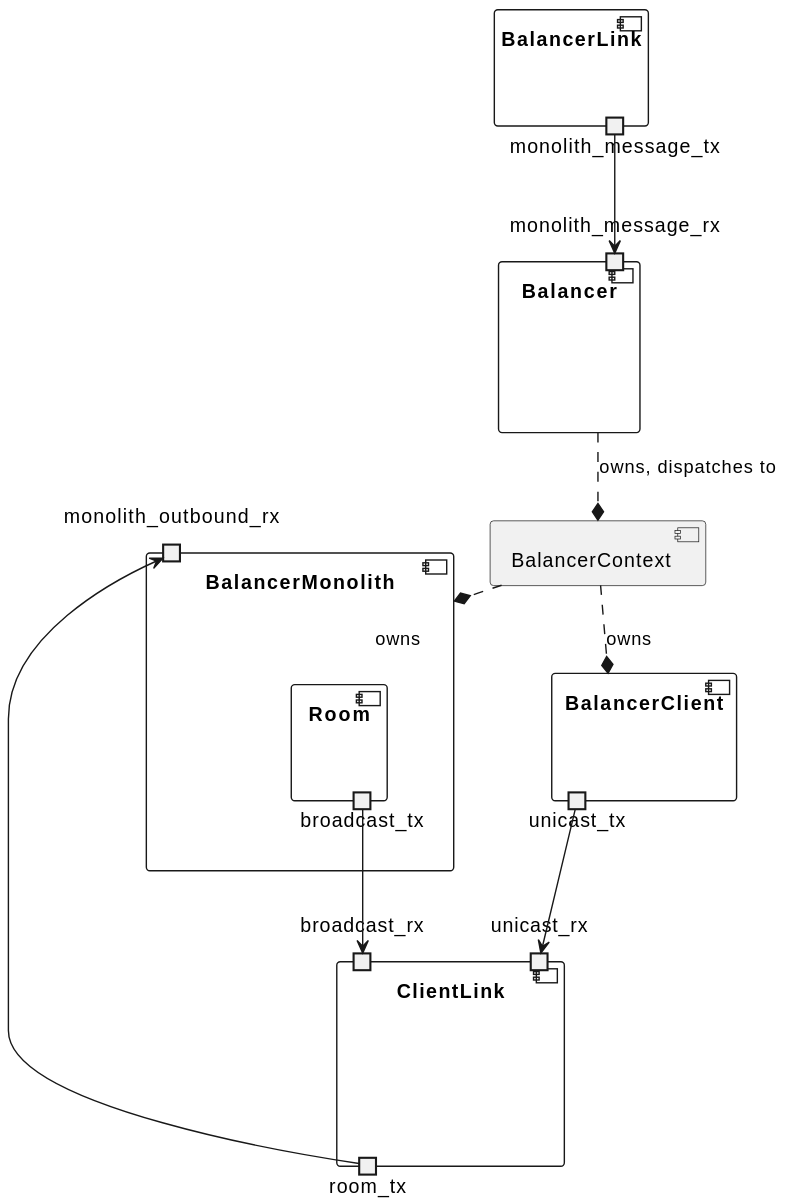
The PlantUML diagram figures/balancer-channels-client-monolith.svg in dyc3/senior-design, before a commit.
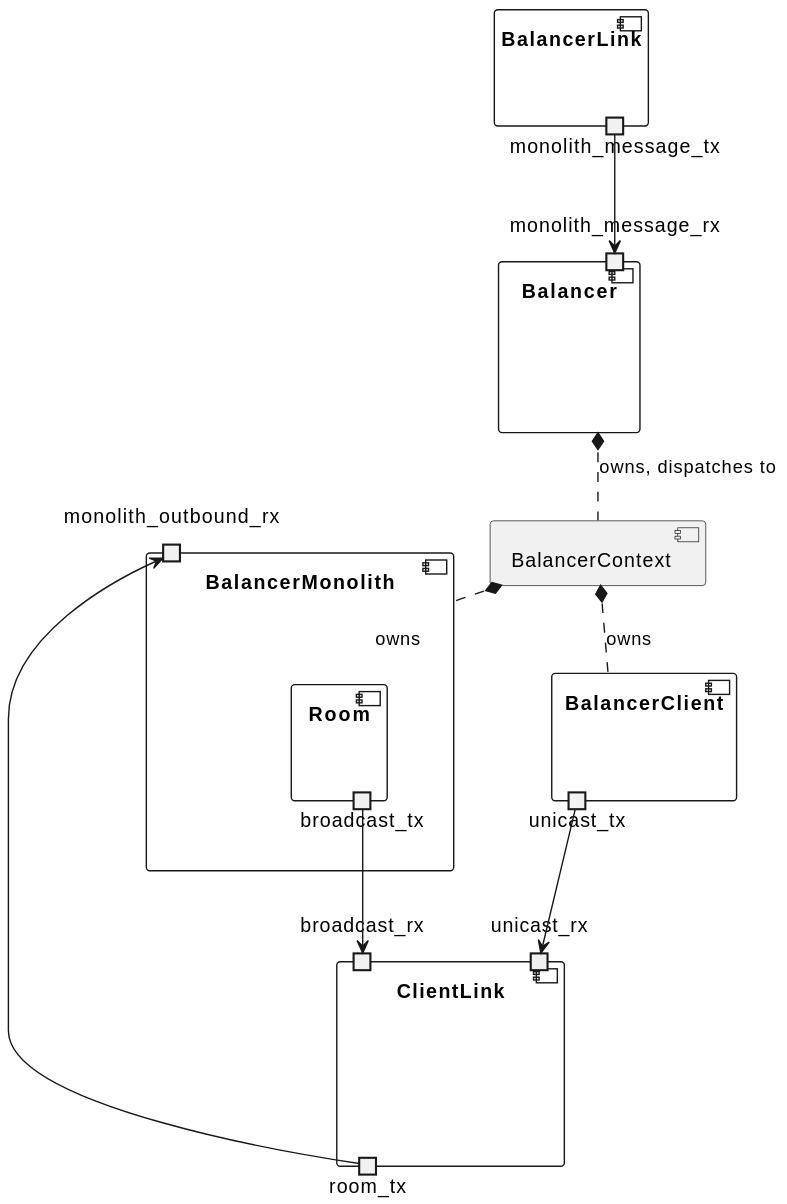
The same diagram one commit later.

Commit message:
Update `@Figure::balancer-channels-client-monolith` (#297)

The edit, as a diff of the source:
```diff
@@ -31,7 +31,7 @@
 
 component BalancerContext
 
-Balancer ..* BalancerContext : owns, dispatches to
-BalancerContext ..* BalancerMonolith : owns
-BalancerContext ..* BalancerClient : owns
+Balancer *.. BalancerContext : owns, dispatches to
+BalancerContext *.. BalancerMonolith : owns
+BalancerContext *.. BalancerClient : owns
 @enduml
```
